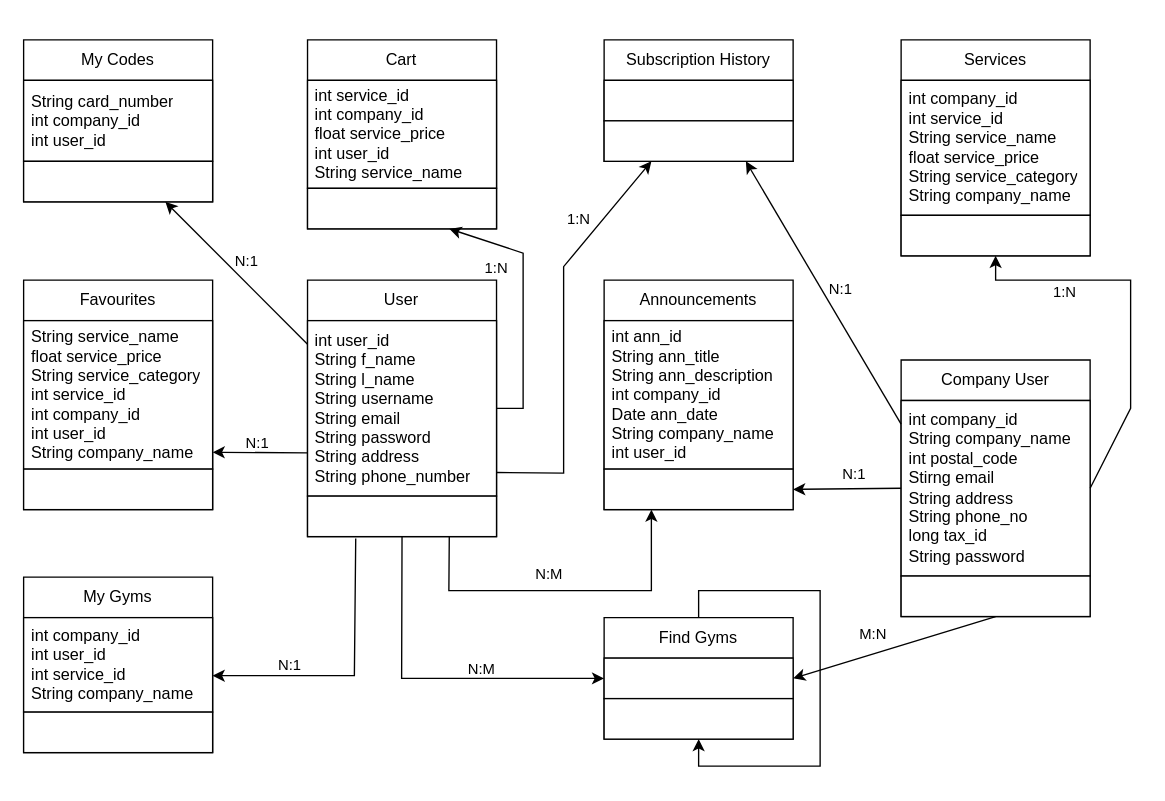
kitros03/ProjectTL keeps this draw.io diagram as Draw.io/Domain Model.drawio. Above is the earlier version. Source tidied: cells renumbered, new cells numbered last; positions are measured from the earlier drawing's top-left corner, leaving out a move shared by most shapes. Both pictures are drawn from the tidied source at 135%, with x=0, y=0 at pixel (23, 39).
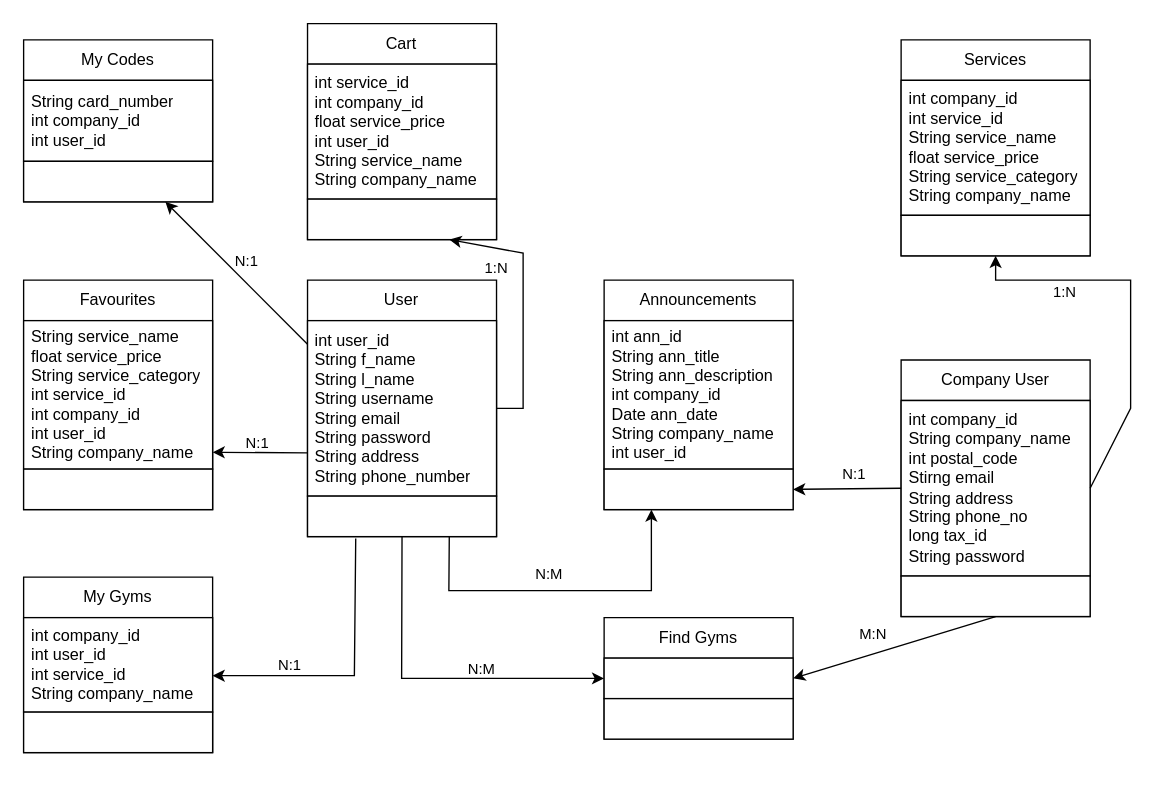
Above is the later version.

The change refers to these unchanged cells:
```xml
<mxCell id="2" value="User" style="swimlane;fontStyle=0;horizontal=1;startSize=30;whiteSpace=wrap;html=1;strokeColor=light-dark(#000000,#000000);fillColor=light-dark(#FFFFFF,#FFFFFF);fontColor=light-dark(#000000,#000000);" parent="1" vertex="1">
  <mxGeometry x="210.3" y="178" width="140" height="190" as="geometry" />
</mxCell>
<mxCell id="17" value="Find Gyms" style="swimlane;fontStyle=0;horizontal=1;startSize=30;whiteSpace=wrap;html=1;strokeColor=light-dark(#000000,#000000);fillColor=light-dark(#FFFFFF,#FFFFFF);fontColor=light-dark(#000000,#000000);" parent="1" vertex="1">
  <mxGeometry x="430" y="428" width="140" height="90" as="geometry" />
</mxCell>
<mxCell id="23" value="Company User" style="swimlane;fontStyle=0;horizontal=1;startSize=30;whiteSpace=wrap;html=1;strokeColor=light-dark(#000000,#000000);fillColor=light-dark(#FFFFFF,#FFFFFF);fontColor=light-dark(#000000,#000000);" parent="1" vertex="1">
  <mxGeometry x="650" y="237.2" width="140" height="190" as="geometry" />
</mxCell>
```

What changed in the source:
```diff
@@
     <mxCell id="5" value="Cart" style="swimlane;fontStyle=0;horizontal=1;startSize=30;whiteSpace=wrap;html=1;strokeColor=light-dark(#000000,#000000);fillColor=light-dark(#FFFFFF,#FFFFFF);fontColor=light-dark(#000000,#000000);" parent="1" vertex="1">
-      <mxGeometry x="210.3" width="140" height="140" as="geometry" />
+      <mxGeometry x="210.3" y="-12" width="140" height="160" as="geometry" />
     </mxCell>
-    <mxCell id="6" value="int service_id&lt;div&gt;int company_id&lt;/div&gt;&lt;div&gt;float service_price&lt;/div&gt;&lt;div&gt;int user_id&lt;/div&gt;&lt;div&gt;String service_name&lt;/div&gt;" style="text;strokeColor=light-dark(#000000,#000000);fillColor=light-dark(#FFFFFF,#FFFFFF);align=left;verticalAlign=middle;spacingLeft=4;spacingRight=4;overflow=hidden;whiteSpace=wrap;html=1;fontColor=light-dark(#000000,#000000);" parent="5" vertex="1">
-      <mxGeometry y="30" width="140" height="80" as="geometry" />
+    <mxCell id="6" value="int service_id&lt;div&gt;int company_id&lt;/div&gt;&lt;div&gt;float service_price&lt;/div&gt;&lt;div&gt;int user_id&lt;/div&gt;&lt;div&gt;String service_name&lt;/div&gt;&lt;div&gt;String company_name&lt;/div&gt;" style="text;strokeColor=light-dark(#000000,#000000);fillColor=light-dark(#FFFFFF,#FFFFFF);align=left;verticalAlign=middle;spacingLeft=4;spacingRight=4;overflow=hidden;whiteSpace=wrap;html=1;fontColor=light-dark(#000000,#000000);" parent="5" vertex="1">
+      <mxGeometry y="30" width="140" height="100" as="geometry" />
     </mxCell>
     <mxCell id="7" style="text;strokeColor=light-dark(#000000,#000000);fillColor=light-dark(#FFFFFF,#FFFFFF);align=left;verticalAlign=middle;spacingLeft=4;spacingRight=4;overflow=hidden;whiteSpace=wrap;html=1;fontColor=light-dark(#000000,#000000);" parent="5" vertex="1">
-      <mxGeometry y="110" width="140" height="30" as="geometry" />
+      <mxGeometry y="130" width="140" height="30" as="geometry" />
     </mxCell>
@@
-    <mxCell id="26" value="Subscription History" style="swimlane;fontStyle=0;horizontal=1;startSize=30;whiteSpace=wrap;html=1;strokeColor=light-dark(#000000,#000000);fillColor=light-dark(#FFFFFF,#FFFFFF);fontColor=light-dark(#000000,#000000);" parent="1" vertex="1">
-      <mxGeometry x="430" width="140" height="90" as="geometry" />
-    </mxCell>
-    <mxCell id="27" style="text;strokeColor=light-dark(#000000,#000000);fillColor=light-dark(#FFFFFF,#FFFFFF);align=left;verticalAlign=middle;spacingLeft=4;spacingRight=4;overflow=hidden;whiteSpace=wrap;html=1;fontColor=light-dark(#000000,#000000);" parent="26" vertex="1">
-      <mxGeometry y="30" width="140" height="30" as="geometry" />
-    </mxCell>
-    <mxCell id="28" style="text;strokeColor=light-dark(#000000,#000000);fillColor=light-dark(#FFFFFF,#FFFFFF);align=left;verticalAlign=middle;spacingLeft=4;spacingRight=4;overflow=hidden;whiteSpace=wrap;html=1;fontColor=light-dark(#000000,#000000);" parent="26" vertex="1">
-      <mxGeometry y="60" width="140" height="30" as="geometry" />
-    </mxCell>
@@
-    <mxCell id="42" style="endArrow=classic;html=1;rounded=0;strokeColor=light-dark(#000000,#000000);exitX=1;exitY=0.75;exitDx=0;exitDy=0;entryX=0.25;entryY=1;entryDx=0;entryDy=0;" parent="1" edge="1" source="2" target="26">
-      <mxGeometry relative="1" as="geometry">
-        <Array as="points">
-          <mxPoint x="400" y="321" />
-          <mxPoint x="400" y="168" />
-        </Array>
-      </mxGeometry>
-    </mxCell>
-    <mxCell id="43" style="endArrow=classic;html=1;rounded=0;strokeColor=light-dark(#000000,#000000);exitX=0;exitY=0.25;exitDx=0;exitDy=0;entryX=0.75;entryY=1;entryDx=0;entryDy=0;" parent="1" edge="1" source="23" target="26">
-      <mxGeometry relative="1" as="geometry" />
-    </mxCell>
-    <mxCell id="44" style="edgeStyle=orthogonalEdgeStyle;rounded=0;orthogonalLoop=1;jettySize=auto;html=1;exitX=0.5;exitY=0;exitDx=0;exitDy=0;" parent="1" edge="1" source="17" target="17">
-      <mxGeometry relative="1" as="geometry" />
-    </mxCell>
@@
-    <mxCell id="48" value="1:N" style="edgeLabel;html=1;align=center;verticalAlign=middle;labelBackgroundColor=none;fontColor=light-dark(#000000,#000000);" parent="1" vertex="1">
-      <mxGeometry x="200" y="188" as="geometry">
-        <mxPoint x="210" y="-56" as="offset" />
-      </mxGeometry>
-    </mxCell>
@@
-    <mxCell id="53" value="N:1" style="edgeLabel;html=1;align=center;verticalAlign=middle;labelBackgroundColor=none;fontColor=light-dark(#000000,#000000);" parent="1" vertex="1">
-      <mxGeometry x="394" y="240" as="geometry">
-        <mxPoint x="210" y="-56" as="offset" />
-      </mxGeometry>
-    </mxCell>
```
